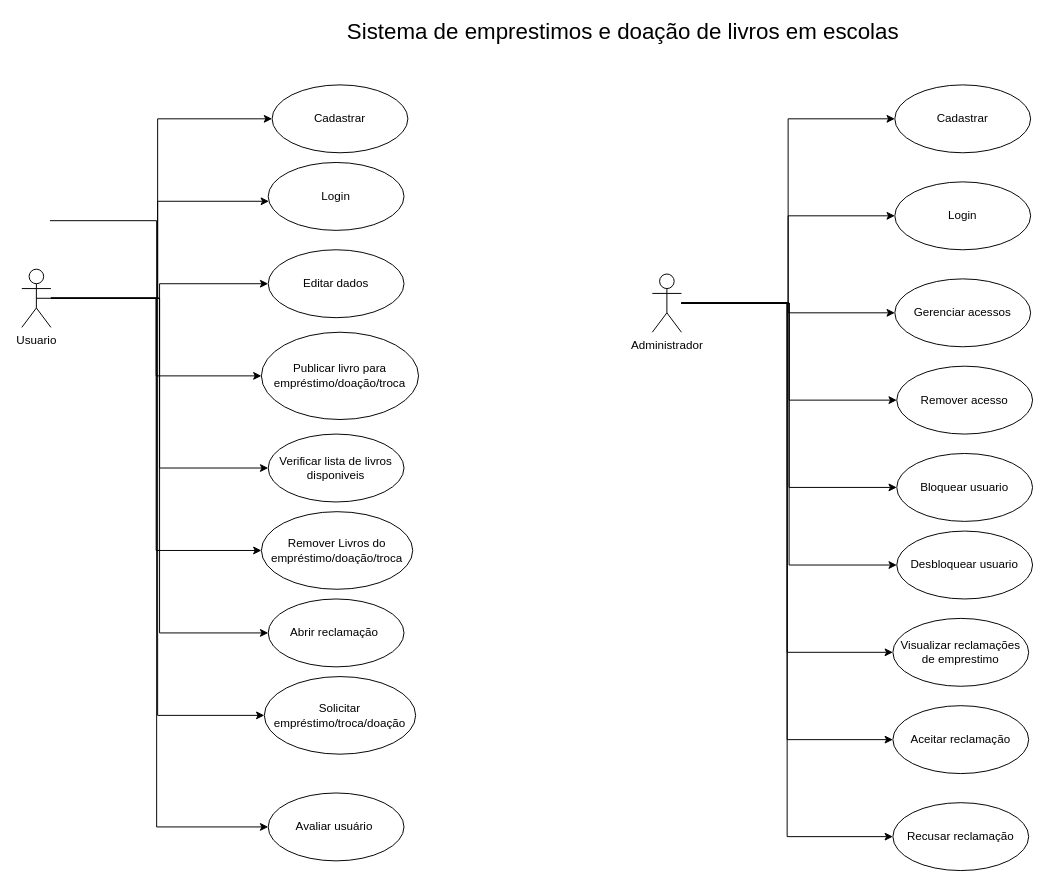
This is page "Caso de uso" (1 of 4) of Diagramas/Diagramas.drawio from Raphael0305/Fatec-PI, a draw.io file, before an edit. Source tidied: cells renumbered, new cells numbered last; positions are measured from the earlier drawing's top-left corner, leaving out a move shared by most shapes. Both pictures are drawn from the tidied source at 97%, with x=0, y=0 at pixel (21, 16).
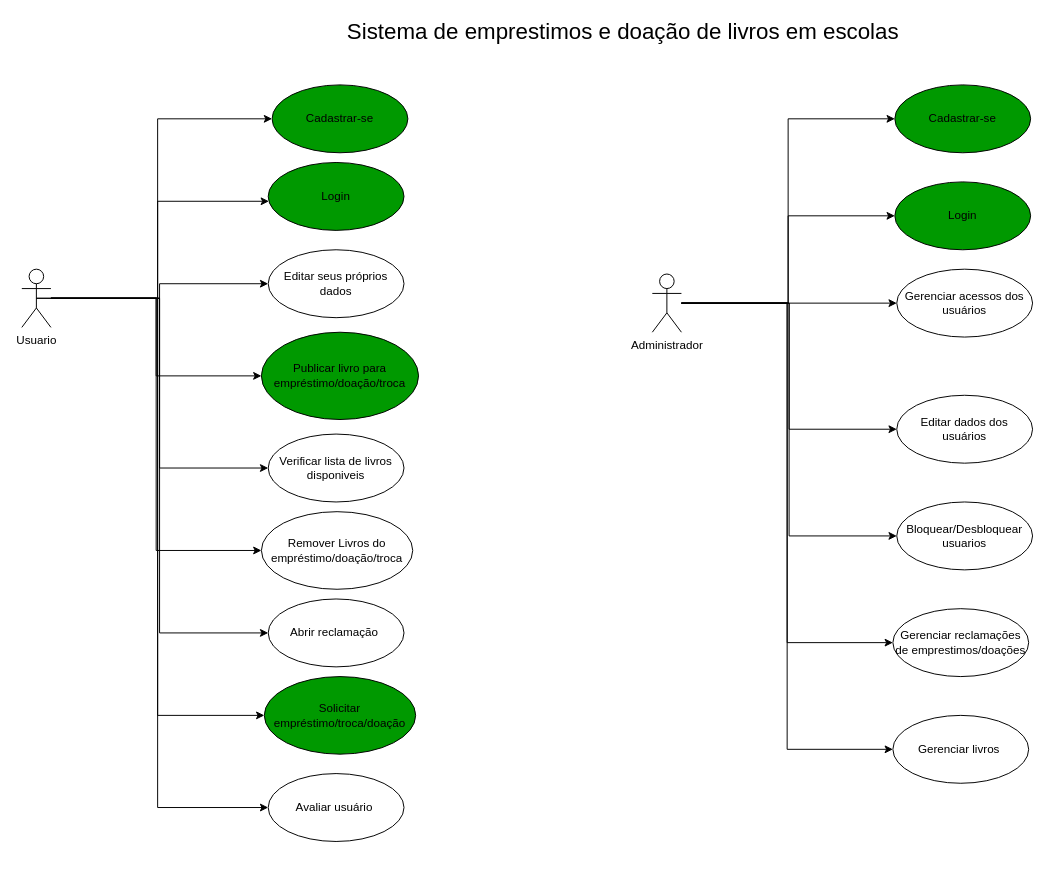
The same diagram, later.

Unchanged cells that the change refers to:
```xml
<mxCell id="11" value="Usuario" style="shape=umlActor;verticalLabelPosition=bottom;verticalAlign=top;html=1;" parent="1" vertex="1">
  <mxGeometry y="260" width="30" height="60" as="geometry" />
</mxCell>
<mxCell id="21" value="Administrador" style="shape=umlActor;verticalLabelPosition=bottom;verticalAlign=top;html=1;" parent="1" vertex="1">
  <mxGeometry x="650" y="265" width="30" height="60" as="geometry" />
</mxCell>
```

Change to the diagram source:
```diff
@@
-    <mxCell id="8" style="edgeStyle=orthogonalEdgeStyle;rounded=0;jettySize=auto;html=1;entryX=0;entryY=0.5;entryDx=0;entryDy=0;" parent="1" edge="1" target="29">
+    <mxCell id="8" style="edgeStyle=orthogonalEdgeStyle;rounded=0;jettySize=auto;html=1;entryX=0;entryY=0.5;entryDx=0;entryDy=0;exitX=0.5;exitY=0.5;exitDx=0;exitDy=0;exitPerimeter=0;" parent="1" edge="1" source="11" target="29">
       <mxGeometry relative="1" as="geometry">
-        <mxPoint x="29" y="210" as="sourcePoint" />
         <Array as="points">
-          <mxPoint x="139" y="210" />
-          <mxPoint x="139" y="835" />
+          <mxPoint x="140" y="290" />
+          <mxPoint x="140" y="815" />
         </Array>
       </mxGeometry>
     </mxCell>
@@
-    <mxCell id="12" style="edgeStyle=orthogonalEdgeStyle;rounded=0;jettySize=auto;html=1;entryX=0;entryY=0.5;entryDx=0;entryDy=0;" parent="1" edge="1" source="21" target="22">
-      <mxGeometry relative="1" as="geometry" />
-    </mxCell>
@@
-    <mxCell id="16" style="edgeStyle=orthogonalEdgeStyle;rounded=0;jettySize=auto;html=1;entryX=0;entryY=0.5;entryDx=0;entryDy=0;" parent="1" edge="1" source="21" target="35">
-      <mxGeometry relative="1" as="geometry" />
-    </mxCell>
@@
     <mxCell id="19" style="edgeStyle=orthogonalEdgeStyle;rounded=0;jettySize=auto;html=1;entryX=0;entryY=0.5;entryDx=0;entryDy=0;" parent="1" edge="1" source="21" target="39">
-      <mxGeometry relative="1" as="geometry" />
+      <mxGeometry relative="1" as="geometry">
+        <Array as="points">
+          <mxPoint x="900" y="295" />
+        </Array>
+      </mxGeometry>
     </mxCell>
@@
-    <mxCell id="22" value="Remover acesso" style="ellipse;whiteSpace=wrap;html=1;" parent="1" vertex="1">
-      <mxGeometry x="902" y="360" width="140" height="70" as="geometry" />
-    </mxCell>
-    <mxCell id="23" value="Login" style="ellipse;whiteSpace=wrap;html=1;" parent="1" vertex="1">
+    <mxCell id="23" value="Login" style="ellipse;whiteSpace=wrap;html=1;fillColor=#009900;" parent="1" vertex="1">
       <mxGeometry x="254" y="150" width="140" height="70" as="geometry" />
     </mxCell>
-    <mxCell id="24" value="Cadastrar" style="ellipse;whiteSpace=wrap;html=1;" parent="1" vertex="1">
+    <mxCell id="24" value="Cadastrar-se" style="ellipse;whiteSpace=wrap;html=1;fillColor=#009900;" parent="1" vertex="1">
       <mxGeometry x="258" y="70" width="140" height="70" as="geometry" />
     </mxCell>
-    <mxCell id="25" value="Publicar livro para empréstimo/doação/troca" style="ellipse;whiteSpace=wrap;html=1;" parent="1" vertex="1">
+    <mxCell id="25" value="Publicar livro para empréstimo/doação/troca" style="ellipse;whiteSpace=wrap;html=1;fillColor=#009900;" parent="1" vertex="1">
       <mxGeometry x="247" y="325" width="162" height="90" as="geometry" />
     </mxCell>
@@
-    <mxCell id="27" value="Solicitar empréstimo/troca/doação" style="ellipse;whiteSpace=wrap;html=1;" parent="1" vertex="1">
+    <mxCell id="27" value="Solicitar empréstimo/troca/doação" style="ellipse;whiteSpace=wrap;html=1;fillColor=#009900;" parent="1" vertex="1">
       <mxGeometry x="250" y="680" width="156" height="80" as="geometry" />
     </mxCell>
@@
     <mxCell id="29" value="Avaliar usuário&amp;nbsp;" style="ellipse;whiteSpace=wrap;html=1;" parent="1" vertex="1">
-      <mxGeometry x="254" y="800" width="140" height="70" as="geometry" />
+      <mxGeometry x="254" y="780" width="140" height="70" as="geometry" />
     </mxCell>
-    <mxCell id="30" value="Bloquear usuario" style="ellipse;whiteSpace=wrap;html=1;" parent="1" vertex="1">
-      <mxGeometry x="902" y="450" width="140" height="70" as="geometry" />
+    <mxCell id="30" value="Editar dados dos usuários" style="ellipse;whiteSpace=wrap;html=1;" parent="1" vertex="1">
+      <mxGeometry x="902" y="390" width="140" height="70" as="geometry" />
     </mxCell>
-    <mxCell id="31" value="Desbloquear usuario" style="ellipse;whiteSpace=wrap;html=1;" parent="1" vertex="1">
-      <mxGeometry x="902" y="530" width="140" height="70" as="geometry" />
+    <mxCell id="31" value="Bloquear/Desbloquear usuarios" style="ellipse;whiteSpace=wrap;html=1;" parent="1" vertex="1">
+      <mxGeometry x="902" y="500" width="140" height="70" as="geometry" />
     </mxCell>
-    <mxCell id="32" value="Editar dados" style="ellipse;whiteSpace=wrap;html=1;" parent="1" vertex="1">
+    <mxCell id="32" value="Editar seus próprios dados" style="ellipse;whiteSpace=wrap;html=1;" parent="1" vertex="1">
       <mxGeometry x="254" y="240" width="140" height="70" as="geometry" />
     </mxCell>
@@
-    <mxCell id="34" value="Visualizar reclamações de emprestimo" style="ellipse;whiteSpace=wrap;html=1;" parent="1" vertex="1">
-      <mxGeometry x="898" y="620" width="140" height="70" as="geometry" />
+    <mxCell id="34" value="Gerenciar reclamações de emprestimos/doações" style="ellipse;whiteSpace=wrap;html=1;" parent="1" vertex="1">
+      <mxGeometry x="898" y="610" width="140" height="70" as="geometry" />
     </mxCell>
-    <mxCell id="35" value="Aceitar reclamação" style="ellipse;whiteSpace=wrap;html=1;" parent="1" vertex="1">
-      <mxGeometry x="898" y="710" width="140" height="70" as="geometry" />
-    </mxCell>
@@
-    <mxCell id="37" value="Cadastrar" style="ellipse;whiteSpace=wrap;html=1;" parent="1" vertex="1">
+    <mxCell id="37" value="Cadastrar-se" style="ellipse;whiteSpace=wrap;html=1;fillColor=#009900;" parent="1" vertex="1">
       <mxGeometry x="900" y="70" width="140" height="70" as="geometry" />
     </mxCell>
-    <mxCell id="38" value="Login" style="ellipse;whiteSpace=wrap;html=1;" parent="1" vertex="1">
+    <mxCell id="38" value="Login" style="ellipse;whiteSpace=wrap;html=1;fillColor=#009900;" parent="1" vertex="1">
       <mxGeometry x="900" y="170" width="140" height="70" as="geometry" />
     </mxCell>
-    <mxCell id="39" value="Gerenciar acessos" style="ellipse;whiteSpace=wrap;html=1;" parent="1" vertex="1">
-      <mxGeometry x="900" y="270" width="140" height="70" as="geometry" />
+    <mxCell id="39" value="Gerenciar acessos dos usuários" style="ellipse;whiteSpace=wrap;html=1;" parent="1" vertex="1">
+      <mxGeometry x="902" y="260" width="140" height="70" as="geometry" />
     </mxCell>
-    <mxCell id="40" value="Recusar reclamação" style="ellipse;whiteSpace=wrap;html=1;" parent="1" vertex="1">
-      <mxGeometry x="898" y="810" width="140" height="70" as="geometry" />
+    <mxCell id="40" value="Gerenciar&lt;span style=&quot;background-color: initial;&quot;&gt;&amp;nbsp;livros&amp;nbsp;&lt;/span&gt;" style="ellipse;whiteSpace=wrap;html=1;" parent="1" vertex="1">
+      <mxGeometry x="898" y="720" width="140" height="70" as="geometry" />
     </mxCell>
```
